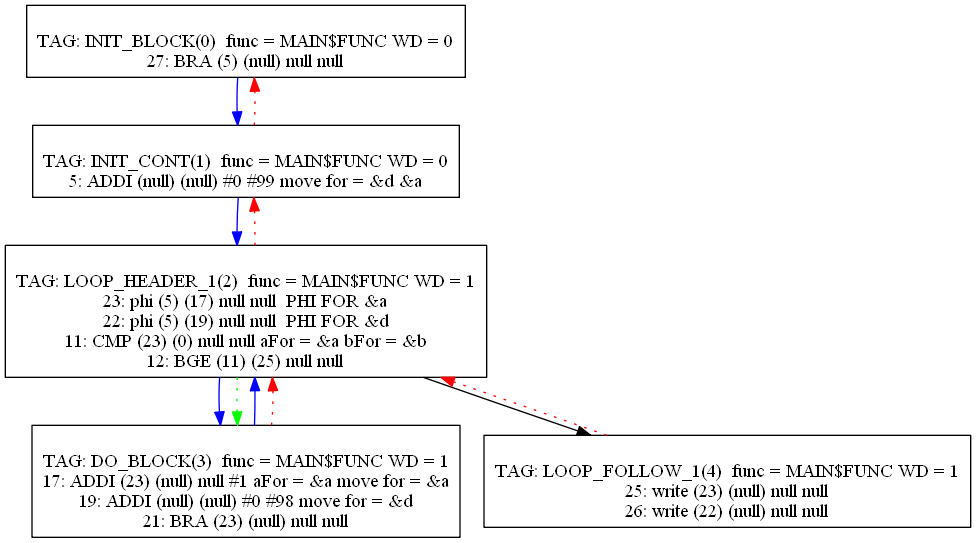
This is Compiler/0graph.png from mbajaj92/Project-Astoria, a Graphviz export, as it was before one commit. Its source is kept beside it as Compiler/0graph.dot.
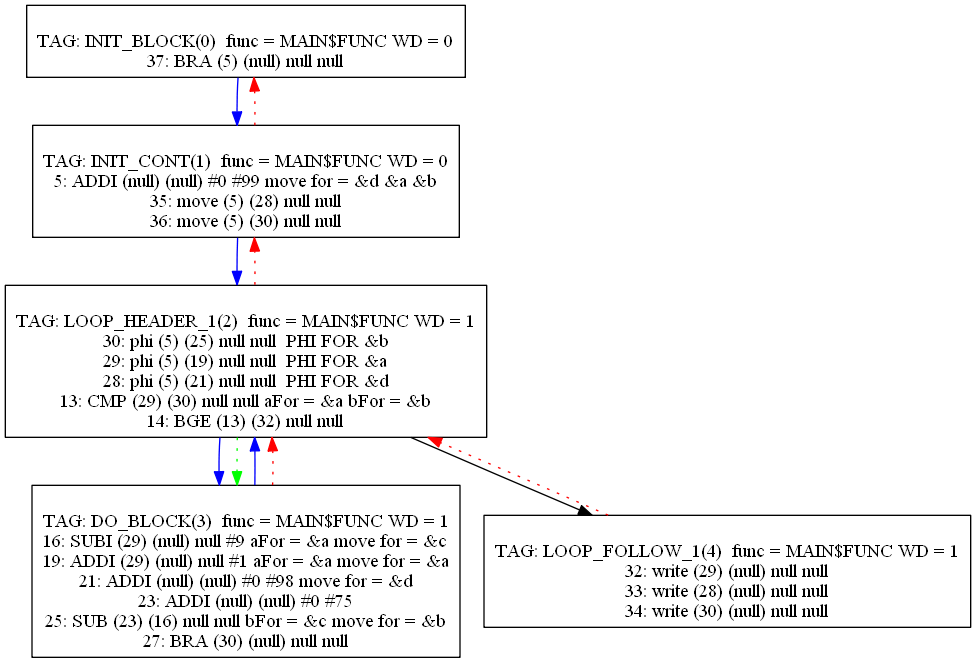
Later version of the same file.

What changed in the source:
```diff
@@ -1,23 +1,26 @@
 digraph {
 0[label="
 TAG: INIT_BLOCK(0)  func = MAIN$FUNC WD = 0
-27: BRA (5) (null) null null
+37: BRA (5) (null) null null
 "];
 0[shape=box];
 0 -> 1[color=blue]
 1[label="
 TAG: INIT_CONT(1)  func = MAIN$FUNC WD = 0
-5: ADDI (null) (null) #0 #99 move for = &d &a
+5: ADDI (null) (null) #0 #99 move for = &d &a &b
+35: move (5) (28) null null
+36: move (5) (30) null null
 "];
 1[shape=box];
 1 -> 2[color=blue]
 1 -> 0[color=red][style=dotted]
 2[label="
 TAG: LOOP_HEADER_1(2)  func = MAIN$FUNC WD = 1
-23: phi (5) (17) null null  PHI FOR &a
-22: phi (5) (19) null null  PHI FOR &d
-11: CMP (23) (0) null null aFor = &a bFor = &b
-12: BGE (11) (25) null null
+30: phi (5) (25) null null  PHI FOR &b
+29: phi (5) (19) null null  PHI FOR &a
+28: phi (5) (21) null null  PHI FOR &d
+13: CMP (29) (30) null null aFor = &a bFor = &b
+14: BGE (13) (32) null null
 "];
 2[shape=box];
 2 -> 3[color=blue]
@@ -26,17 +29,21 @@
 2 -> 3[color=green][style=dotted]
 3[label="
 TAG: DO_BLOCK(3)  func = MAIN$FUNC WD = 1
-17: ADDI (23) (null) null #1 aFor = &a move for = &a
-19: ADDI (null) (null) #0 #98 move for = &d
-21: BRA (23) (null) null null
+16: SUBI (29) (null) null #9 aFor = &a move for = &c
+19: ADDI (29) (null) null #1 aFor = &a move for = &a
+21: ADDI (null) (null) #0 #98 move for = &d
+23: ADDI (null) (null) #0 #75
+25: SUB (23) (16) null null bFor = &c move for = &b
+27: BRA (30) (null) null null
 "];
 3[shape=box];
 3 -> 2[color=blue]
 3 -> 2[color=red][style=dotted]
 4[label="
 TAG: LOOP_FOLLOW_1(4)  func = MAIN$FUNC WD = 1
-25: write (23) (null) null null
-26: write (22) (null) null null
+32: write (29) (null) null null
+33: write (28) (null) null null
+34: write (30) (null) null null
 "];
 4[shape=box];
 4 -> 2[color=red][style=dotted]
```
